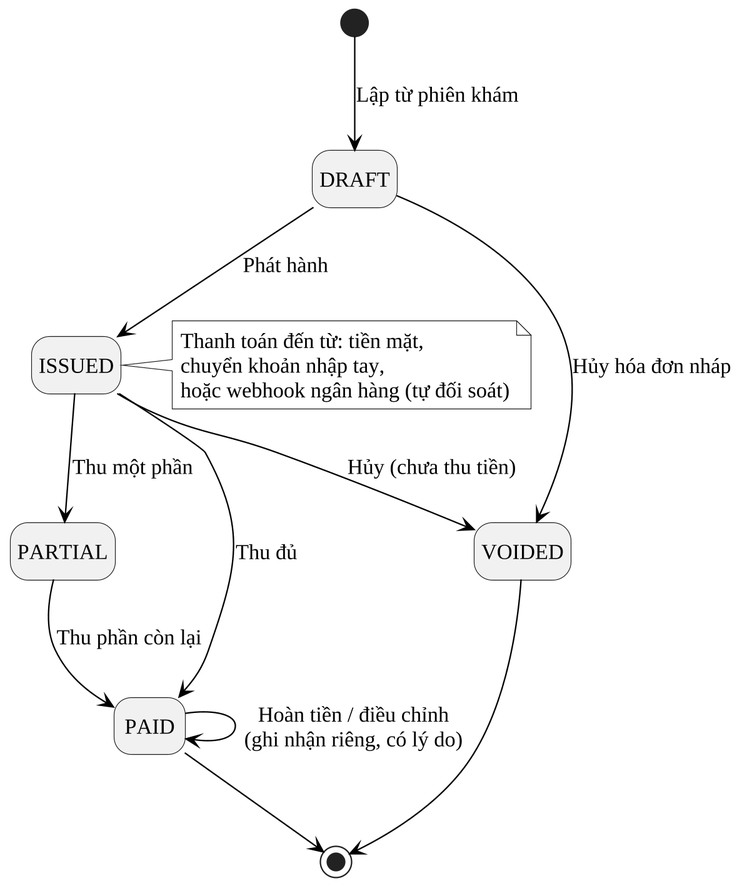
Before: docs/10_Thesis/bao-cao/hinh/3-8-trang-thai-hoa-don.png, a diagram exported from PlantUML (Trantuan0310/dental-clinic-nestjs-react).
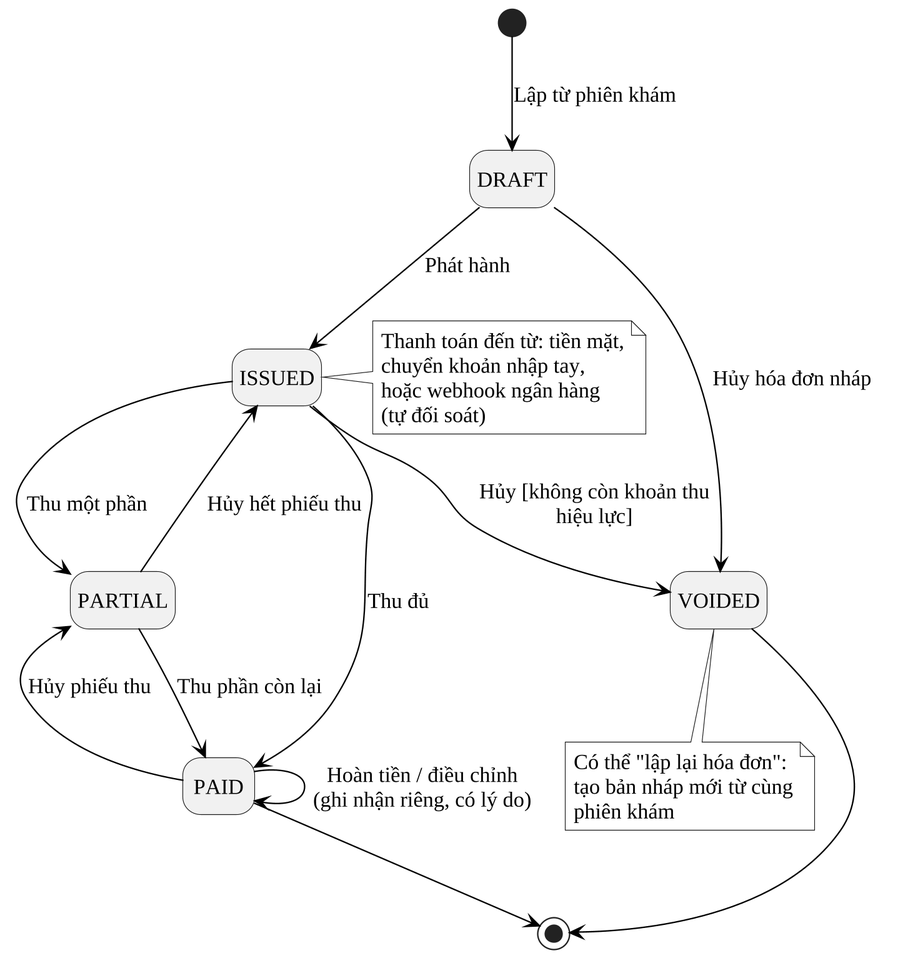
Above is the later version.

Change to the diagram source:
```diff
@@ -7,10 +7,16 @@
 ISSUED --> PARTIAL : Thu một phần
 ISSUED --> PAID : Thu đủ
 PARTIAL --> PAID : Thu phần còn lại
-ISSUED --> VOIDED : Hủy (chưa thu tiền)
+ISSUED --> VOIDED : Hủy [không còn khoản thu hiệu lực]
+PAID --> PARTIAL : Hủy phiếu thu
+PARTIAL --> ISSUED : Hủy hết phiếu thu
 PAID --> PAID : Hoàn tiền / điều chỉnh\n(ghi nhận riêng, có lý do)
 PAID --> [*]
 VOIDED --> [*]
+note bottom of VOIDED
+  Có thể "lập lại hóa đơn":
+  tạo bản nháp mới từ cùng phiên khám
+end note
 note right of ISSUED
   Thanh toán đến từ: tiền mặt,
   chuyển khoản nhập tay,
```
